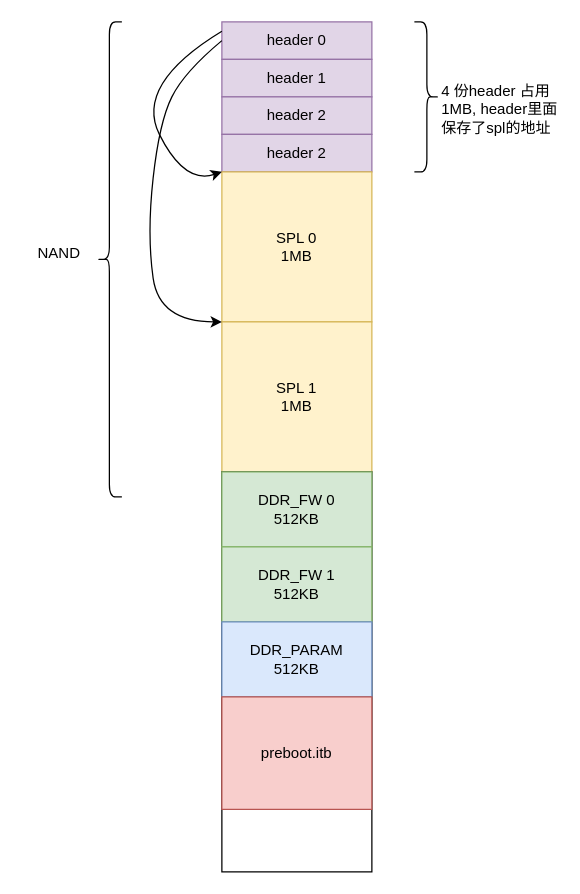
Earlier version of the draw.io diagram page "第 4 页" (4 of 4) of NAND坏块管理和升级.drawio (wdhgit/drawio). Source tidied: cells renumbered, new cells numbered last; positions are measured from the earlier drawing's top-left corner, leaving out a move shared by most shapes. Both pictures are drawn from the tidied source at 125%, with x=0, y=0 at pixel (21, 21).
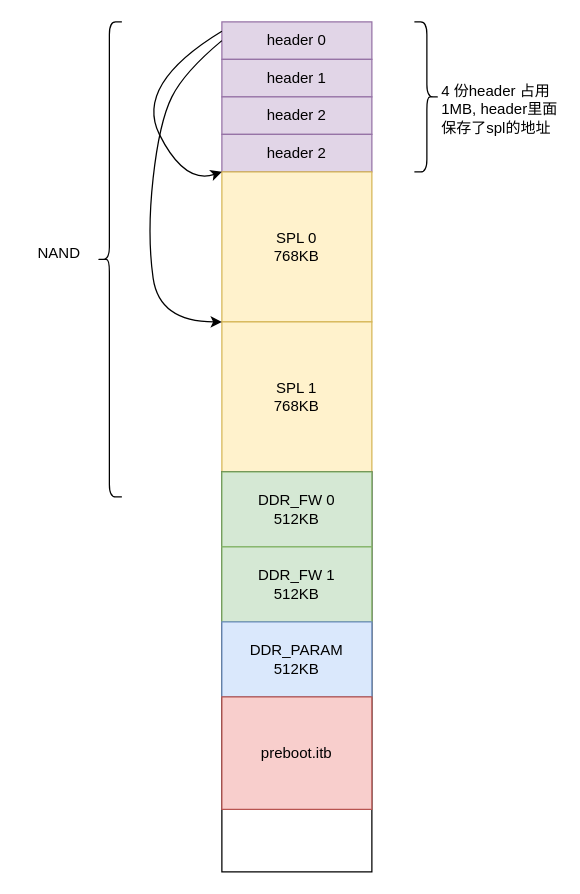
Above is the later version.

Commit message:
更新NAND坏块管理和升级.drawio

Change to the diagram source:
```diff
@@
-    <mxCell id="6" value="SPL 0&lt;div&gt;1MB&lt;/div&gt;" style="rounded=0;whiteSpace=wrap;html=1;fillColor=#fff2cc;strokeColor=#d6b656;" parent="1" vertex="1">
+    <mxCell id="6" value="SPL 0&lt;div&gt;768KB&lt;/div&gt;" style="rounded=0;whiteSpace=wrap;html=1;fillColor=#fff2cc;strokeColor=#d6b656;" parent="1" vertex="1">
       <mxGeometry x="160" y="120" width="120" height="120" as="geometry" />
     </mxCell>
-    <mxCell id="7" value="SPL 1&lt;div&gt;1MB&lt;/div&gt;" style="rounded=0;whiteSpace=wrap;html=1;fillColor=#fff2cc;strokeColor=#d6b656;" parent="1" vertex="1">
+    <mxCell id="7" value="SPL 1&lt;div&gt;768KB&lt;/div&gt;" style="rounded=0;whiteSpace=wrap;html=1;fillColor=#fff2cc;strokeColor=#d6b656;" parent="1" vertex="1">
       <mxGeometry x="160" y="240" width="120" height="120" as="geometry" />
     </mxCell>
```
